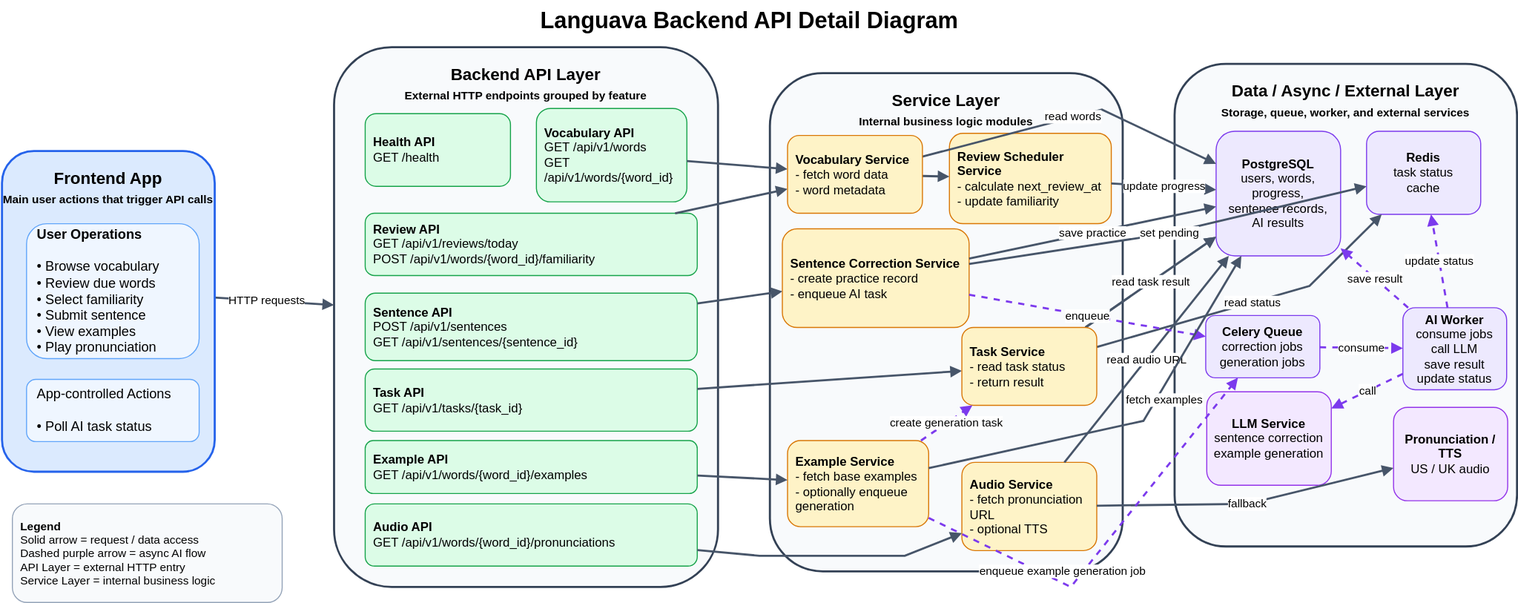
Before: docs/architecture/backend-api-detail.drawio.svg, a diagram exported from draw.io (ColtenOuO/Languava). Source tidied: cells renumbered, new cells last; positions are measured from the earlier drawing's top-left corner, leaving out a move shared by most shapes. Its diagram source:
```xml
<mxGraphModel>
  <root>
    <mxCell id="0" />
    <mxCell id="1" parent="0" />
    <mxCell id="2" value="&lt;b&gt;Languava Backend API Detail Diagram&lt;/b&gt;" style="text;html=1;strokeColor=none;fillColor=none;fontSize=22;fontStyle=1;align=center;" parent="1" vertex="1">
      <mxGeometry x="360" width="720" height="32" as="geometry" />
    </mxCell>
    <mxCell id="3" value="&lt;b&gt;Backend API Layer&lt;/b&gt;&lt;br&gt;&lt;font style=&quot;font-size: 11px&quot;&gt;External HTTP endpoints grouped by feature&lt;/font&gt;" style="rounded=1;whiteSpace=wrap;html=1;fillColor=#F8FAFC;strokeColor=#334155;strokeWidth=2;fontSize=16;fontStyle=1;verticalAlign=top;spacingTop=10;" parent="1" vertex="1">
      <mxGeometry x="320" y="45" width="370" height="520" as="geometry" />
    </mxCell>
    <mxCell id="4" value="&lt;b&gt;Service Layer&lt;/b&gt;&lt;br&gt;&lt;font style=&quot;font-size: 11px&quot;&gt;Internal business logic modules&lt;/font&gt;" style="rounded=1;whiteSpace=wrap;html=1;fillColor=#F8FAFC;strokeColor=#334155;strokeWidth=2;fontSize=16;fontStyle=1;verticalAlign=top;spacingTop=10;" parent="1" vertex="1">
      <mxGeometry x="740" y="70" width="340" height="480" as="geometry" />
    </mxCell>
    <mxCell id="5" value="&lt;b&gt;Data / Async / External Layer&lt;/b&gt;&lt;br&gt;&lt;font style=&quot;font-size: 11px&quot;&gt;Storage, queue, worker, and external services&lt;/font&gt;" style="rounded=1;whiteSpace=wrap;html=1;fillColor=#F8FAFC;strokeColor=#334155;strokeWidth=2;fontSize=16;fontStyle=1;verticalAlign=top;spacingTop=10;" parent="1" vertex="1">
      <mxGeometry x="1130" y="61" width="330" height="465" as="geometry" />
    </mxCell>
    <mxCell id="6" value="&lt;b&gt;Health API&lt;/b&gt;&lt;br&gt;GET /health" style="rounded=1;whiteSpace=wrap;html=1;fillColor=#DCFCE7;strokeColor=#16A34A;fontSize=12;align=left;spacing=8;" parent="1" vertex="1">
      <mxGeometry x="350" y="109" width="140" height="70" as="geometry" />
    </mxCell>
    <mxCell id="7" value="&lt;b&gt;Vocabulary API&lt;/b&gt;&lt;br&gt;GET /api/v1/words&lt;br&gt;GET /api/v1/words/{word_id}" style="rounded=1;whiteSpace=wrap;html=1;fillColor=#DCFCE7;strokeColor=#16A34A;fontSize=12;align=left;spacing=8;" parent="1" vertex="1">
      <mxGeometry x="515" y="104" width="145" height="90" as="geometry" />
    </mxCell>
    <mxCell id="8" value="&lt;b&gt;Review API&lt;/b&gt;&lt;br&gt;GET /api/v1/reviews/today&lt;br&gt;POST /api/v1/words/{word_id}/familiarity" style="rounded=1;whiteSpace=wrap;html=1;fillColor=#DCFCE7;strokeColor=#16A34A;fontSize=12;align=left;spacing=8;" parent="1" vertex="1">
      <mxGeometry x="350" y="205" width="320" height="60" as="geometry" />
    </mxCell>
    <mxCell id="9" value="&lt;b&gt;Sentence API&lt;/b&gt;&lt;br&gt;POST /api/v1/sentences&lt;br&gt;GET /api/v1/sentences/{sentence_id}" style="rounded=1;whiteSpace=wrap;html=1;fillColor=#DCFCE7;strokeColor=#16A34A;fontSize=12;align=left;spacing=8;" parent="1" vertex="1">
      <mxGeometry x="350" y="282" width="320" height="65" as="geometry" />
    </mxCell>
    <mxCell id="10" value="&lt;b&gt;Task API&lt;/b&gt;&lt;br&gt;GET /api/v1/tasks/{task_id}" style="rounded=1;whiteSpace=wrap;html=1;fillColor=#DCFCE7;strokeColor=#16A34A;fontSize=12;align=left;spacing=8;" parent="1" vertex="1">
      <mxGeometry x="350" y="355" width="320" height="60" as="geometry" />
    </mxCell>
    <mxCell id="11" value="&lt;b&gt;Example API&lt;/b&gt;&lt;br&gt;GET /api/v1/words/{word_id}/examples" style="rounded=1;whiteSpace=wrap;html=1;fillColor=#DCFCE7;strokeColor=#16A34A;fontSize=12;align=left;spacing=8;" parent="1" vertex="1">
      <mxGeometry x="350" y="424" width="320" height="51" as="geometry" />
    </mxCell>
    <mxCell id="12" value="&lt;b&gt;Audio API&lt;/b&gt;&lt;br&gt;GET /api/v1/words/{word_id}/pronunciations" style="rounded=1;whiteSpace=wrap;html=1;fillColor=#DCFCE7;strokeColor=#16A34A;fontSize=12;align=left;spacing=8;" parent="1" vertex="1">
      <mxGeometry x="350" y="485" width="320" height="60" as="geometry" />
    </mxCell>
    <mxCell id="13" value="&lt;b&gt;Review Scheduler Service&lt;/b&gt;&lt;br&gt;- calculate next_review_at&lt;br&gt;- update familiarity" style="rounded=1;whiteSpace=wrap;html=1;fillColor=#FEF3C7;strokeColor=#D97706;fontSize=12;align=left;spacing=8;" parent="1" vertex="1">
      <mxGeometry x="913" y="128" width="156" height="87" as="geometry" />
    </mxCell>
    <mxCell id="14" value="&lt;b&gt;Sentence Correction Service&lt;/b&gt;&lt;br&gt;- create practice record&lt;br&gt;- enqueue AI task" style="rounded=1;whiteSpace=wrap;html=1;fillColor=#FEF3C7;strokeColor=#D97706;fontSize=12;align=left;spacing=8;" parent="1" vertex="1">
      <mxGeometry x="752" y="220" width="180" height="95" as="geometry" />
    </mxCell>
    <mxCell id="15" value="&lt;b&gt;Example Service&lt;/b&gt;&lt;br&gt;- fetch base examples&lt;br&gt;- optionally enqueue generation" style="rounded=1;whiteSpace=wrap;html=1;fillColor=#FEF3C7;strokeColor=#D97706;fontSize=12;align=left;spacing=8;" parent="1" vertex="1">
      <mxGeometry x="757" y="424" width="136" height="83" as="geometry" />
    </mxCell>
    <mxCell id="16" value="&lt;b&gt;Audio Service&lt;/b&gt;&lt;br&gt;- fetch pronunciation URL&lt;br&gt;- optional TTS" style="rounded=1;whiteSpace=wrap;html=1;fillColor=#FEF3C7;strokeColor=#D97706;fontSize=12;align=left;spacing=8;" parent="1" vertex="1">
      <mxGeometry x="925" y="445" width="130" height="85" as="geometry" />
    </mxCell>
    <mxCell id="17" value="&lt;b&gt;PostgreSQL&lt;/b&gt;&lt;br&gt;users, words,&lt;br&gt;progress,&lt;br&gt;sentence records,&lt;br&gt;AI results" style="rounded=1;whiteSpace=wrap;html=1;fillColor=#EDE9FE;strokeColor=#7C3AED;fontSize=12;align=center;spacing=8;" parent="1" vertex="1">
      <mxGeometry x="1170" y="126" width="120" height="120" as="geometry" />
    </mxCell>
    <mxCell id="18" value="&lt;b&gt;Redis&lt;/b&gt;&lt;br&gt;task status&lt;br&gt;cache" style="rounded=1;whiteSpace=wrap;html=1;fillColor=#EDE9FE;strokeColor=#7C3AED;fontSize=12;align=center;spacing=8;" parent="1" vertex="1">
      <mxGeometry x="1315" y="126" width="110" height="80" as="geometry" />
    </mxCell>
    <mxCell id="19" value="&lt;b&gt;Celery Queue&lt;/b&gt;&lt;div&gt;correction jobs&lt;br&gt;generation jobs&lt;/div&gt;" style="rounded=1;whiteSpace=wrap;html=1;fillColor=#EDE9FE;strokeColor=#7C3AED;fontSize=12;align=center;spacing=8;" parent="1" vertex="1">
      <mxGeometry x="1160" y="303.5" width="110" height="60" as="geometry" />
    </mxCell>
    <mxCell id="20" value="&lt;b&gt;AI Worker&lt;/b&gt;&lt;br&gt;consume jobs&lt;br&gt;call LLM&lt;br&gt;save result&lt;div&gt;update status&lt;/div&gt;" style="rounded=1;whiteSpace=wrap;html=1;fillColor=#EDE9FE;strokeColor=#7C3AED;fontSize=12;align=center;spacing=8;" parent="1" vertex="1">
      <mxGeometry x="1350" y="296" width="100" height="79" as="geometry" />
    </mxCell>
    <mxCell id="21" value="&lt;b&gt;LLM Service&lt;/b&gt;&lt;br&gt;sentence correction&lt;br&gt;example generation" style="rounded=1;whiteSpace=wrap;html=1;fillColor=#F3E8FF;strokeColor=#9333EA;fontSize=12;align=center;spacing=8;" parent="1" vertex="1">
      <mxGeometry x="1161" y="377" width="120" height="90" as="geometry" />
    </mxCell>
    <mxCell id="22" value="&lt;b&gt;Pronunciation / TTS&lt;/b&gt;&lt;br&gt;US / UK audio" style="rounded=1;whiteSpace=wrap;html=1;fillColor=#F3E8FF;strokeColor=#9333EA;fontSize=12;align=center;spacing=8;" parent="1" vertex="1">
      <mxGeometry x="1341" y="392" width="110" height="90" as="geometry" />
    </mxCell>
    <mxCell id="23" value="HTTP requests" style="endArrow=block;html=1;rounded=0;strokeWidth=2;strokeColor=#475569;fontSize=11;" parent="1" edge="1" source="47" target="3">
      <mxGeometry relative="1" as="geometry" />
    </mxCell>
    <mxCell id="24" style="endArrow=block;html=1;rounded=0;strokeWidth=2;strokeColor=#475569;fontSize=11;" parent="1" edge="1" source="7" target="50">
      <mxGeometry relative="1" as="geometry" />
    </mxCell>
    <mxCell id="25" style="endArrow=block;html=1;rounded=0;strokeWidth=2;strokeColor=#475569;fontSize=11;" parent="1" edge="1" source="50" target="13">
      <mxGeometry relative="1" as="geometry" />
    </mxCell>
    <mxCell id="26" style="endArrow=block;html=1;rounded=0;strokeWidth=2;strokeColor=#475569;fontSize=11;" parent="1" edge="1" source="9" target="14">
      <mxGeometry relative="1" as="geometry" />
    </mxCell>
    <mxCell id="27" style="endArrow=block;html=1;rounded=0;strokeWidth=2;strokeColor=#475569;fontSize=11;" parent="1" edge="1" source="10" target="53">
      <mxGeometry relative="1" as="geometry" />
    </mxCell>
    <mxCell id="28" style="endArrow=block;html=1;rounded=0;strokeWidth=2;strokeColor=#475569;fontSize=11;" parent="1" edge="1" source="11" target="15">
      <mxGeometry relative="1" as="geometry" />
    </mxCell>
    <mxCell id="29" style="endArrow=block;html=1;rounded=0;strokeWidth=2;strokeColor=#475569;fontSize=11;" parent="1" edge="1" source="12" target="16">
      <mxGeometry relative="1" as="geometry">
        <Array as="points">
          <mxPoint x="730" y="535" />
          <mxPoint x="790" y="535" />
          <mxPoint x="870" y="535" />
        </Array>
      </mxGeometry>
    </mxCell>
    <mxCell id="30" value="read words" style="endArrow=block;html=1;rounded=0;strokeWidth=2;strokeColor=#475569;fontSize=11;" parent="1" edge="1" source="50" target="17">
      <mxGeometry relative="1" as="geometry">
        <Array as="points">
          <mxPoint x="1060" y="105" />
        </Array>
      </mxGeometry>
    </mxCell>
    <mxCell id="31" value="update progress" style="endArrow=block;html=1;rounded=0;strokeWidth=2;strokeColor=#475569;fontSize=11;" parent="1" edge="1" source="13" target="17">
      <mxGeometry relative="1" as="geometry" />
    </mxCell>
    <mxCell id="32" value="save practice" style="endArrow=block;html=1;rounded=0;strokeWidth=2;strokeColor=#475569;fontSize=11;" parent="1" edge="1" source="14" target="17">
      <mxGeometry relative="1" as="geometry" />
    </mxCell>
    <mxCell id="33" value="read status" style="endArrow=block;html=1;rounded=0;strokeWidth=2;strokeColor=#475569;fontSize=11;" parent="1" edge="1" source="53" target="18">
      <mxGeometry relative="1" as="geometry">
        <Array as="points">
          <mxPoint x="1260" y="275" />
        </Array>
      </mxGeometry>
    </mxCell>
    <mxCell id="34" value="read result" style="endArrow=block;html=1;rounded=0;strokeWidth=2;strokeColor=#475569;fontSize=11;" parent="1" edge="1" source="53" target="17">
      <mxGeometry relative="1" as="geometry" />
    </mxCell>
    <mxCell id="35" value="read task result" style="endArrow=block;html=1;rounded=0;strokeWidth=2;strokeColor=#475569;fontSize=11;" parent="1" edge="1" source="53" target="17">
      <mxGeometry relative="1" as="geometry" />
    </mxCell>
    <mxCell id="36" value="read audio URL" style="endArrow=block;html=1;rounded=0;strokeWidth=2;strokeColor=#475569;fontSize=11;" parent="1" edge="1" source="16" target="17">
      <mxGeometry relative="1" as="geometry" />
    </mxCell>
    <mxCell id="37" value="fallback" style="endArrow=block;html=1;rounded=0;strokeWidth=2;strokeColor=#475569;fontSize=11;" parent="1" edge="1" source="16" target="22">
      <mxGeometry relative="1" as="geometry">
        <Array as="points">
          <mxPoint x="1200" y="485" />
        </Array>
      </mxGeometry>
    </mxCell>
    <mxCell id="38" value="set pending" style="endArrow=block;html=1;rounded=0;strokeWidth=2;strokeColor=#475569;fontSize=11;" parent="1" edge="1" source="14" target="18">
      <mxGeometry relative="1" as="geometry">
        <Array as="points">
          <mxPoint x="1120" y="225" />
        </Array>
      </mxGeometry>
    </mxCell>
    <mxCell id="39" value="enqueue" style="endArrow=block;html=1;rounded=0;strokeWidth=2;strokeColor=#7C3AED;fontSize=11;dashed=1;" parent="1" edge="1" source="14" target="19">
      <mxGeometry relative="1" as="geometry" />
    </mxCell>
    <mxCell id="40" value="consume" style="endArrow=block;html=1;rounded=0;strokeWidth=2;strokeColor=#7C3AED;fontSize=11;dashed=1;" parent="1" edge="1" source="19" target="20">
      <mxGeometry relative="1" as="geometry" />
    </mxCell>
    <mxCell id="41" value="call" style="endArrow=block;html=1;rounded=0;strokeWidth=2;strokeColor=#7C3AED;fontSize=11;dashed=1;" parent="1" edge="1" source="20" target="21">
      <mxGeometry relative="1" as="geometry" />
    </mxCell>
    <mxCell id="42" value="save result" style="endArrow=block;html=1;rounded=0;strokeWidth=2;strokeColor=#7C3AED;fontSize=11;dashed=1;" parent="1" edge="1" source="20" target="17">
      <mxGeometry relative="1" as="geometry" />
    </mxCell>
    <mxCell id="43" value="update status" style="endArrow=block;html=1;rounded=0;strokeWidth=2;strokeColor=#7C3AED;fontSize=11;dashed=1;" parent="1" edge="1" source="20" target="18">
      <mxGeometry relative="1" as="geometry" />
    </mxCell>
    <mxCell id="44" value="&lt;b&gt;Legend&lt;/b&gt;&lt;br&gt;Solid arrow = request / data access&lt;br&gt;Dashed purple arrow = async AI flow&lt;br&gt;API Layer = external HTTP entry&lt;br&gt;Service Layer = internal business logic" style="rounded=1;whiteSpace=wrap;html=1;fillColor=#F8FAFC;strokeColor=#94A3B8;fontSize=11;align=left;spacing=8;" parent="1" vertex="1">
      <mxGeometry x="10" y="485" width="260" height="95" as="geometry" />
    </mxCell>
    <mxCell id="45" style="group;" parent="1" vertex="1">
      <mxGeometry y="145" width="205" height="329.9" as="geometry" />
    </mxCell>
    <mxCell id="46" value="&lt;b&gt;Frontend App&lt;/b&gt;&lt;br&gt;&lt;font style=&quot;font-size: 11px&quot;&gt;Main user actions that trigger API calls&lt;/font&gt;" style="rounded=1;whiteSpace=wrap;html=1;fillColor=#DBEAFE;strokeColor=#2563EB;strokeWidth=2;fontSize=16;fontStyle=1;verticalAlign=top;spacingTop=10;" parent="45" vertex="1">
      <mxGeometry width="205" height="309" as="geometry" />
    </mxCell>
    <mxCell id="47" value="&lt;b&gt;User Operations&lt;/b&gt;&lt;br&gt;&lt;br&gt;• Browse vocabulary&lt;br&gt;• Review due words&lt;br&gt;• Select familiarity&lt;br&gt;• Submit sentence&lt;br&gt;• View examples&lt;br&gt;• Play pronunciation" style="rounded=1;whiteSpace=wrap;html=1;fillColor=#EFF6FF;strokeColor=#60A5FA;fontSize=13;align=left;spacing=10;" parent="45" vertex="1">
      <mxGeometry x="23.6" y="70.1" width="166.3" height="129.9" as="geometry" />
    </mxCell>
    <mxCell id="48" value="App-controlled Actions&lt;div&gt;&lt;br&gt;&lt;/div&gt;&lt;div&gt;&lt;span style=&quot;color: rgb(0, 0, 0);&quot;&gt;•&amp;nbsp;&lt;/span&gt;&lt;span style=&quot;background-color: transparent;&quot;&gt;Poll AI task status&lt;/span&gt;&lt;/div&gt;" style="rounded=1;whiteSpace=wrap;html=1;fillColor=#EFF6FF;strokeColor=#60A5FA;fontSize=13;align=left;spacing=10;" parent="45" vertex="1">
      <mxGeometry x="23.6" y="220" width="166.3" height="60" as="geometry" />
    </mxCell>
    <mxCell id="49" style="endArrow=block;html=1;rounded=0;strokeWidth=2;strokeColor=#475569;fontSize=11;" parent="1" edge="1" source="8" target="50">
      <mxGeometry relative="1" as="geometry" />
    </mxCell>
    <mxCell id="50" value="&lt;b&gt;Vocabulary Service&lt;/b&gt;&lt;br&gt;- fetch word data&lt;br&gt;- word metadata" style="rounded=1;whiteSpace=wrap;html=1;fillColor=#FEF3C7;strokeColor=#D97706;fontSize=12;align=left;spacing=8;" parent="1" vertex="1">
      <mxGeometry x="757" y="130" width="130" height="75" as="geometry" />
    </mxCell>
    <mxCell id="51" style="endArrow=block;html=1;rounded=0;strokeWidth=2;strokeColor=#475569;fontSize=11;" parent="1" edge="1" source="15" target="17">
      <mxGeometry relative="1" as="geometry">
        <Array as="points">
          <mxPoint x="1100" y="405" />
        </Array>
      </mxGeometry>
    </mxCell>
    <mxCell id="52" value="fetch examples" style="edgeLabel;html=1;align=center;verticalAlign=middle;" parent="51" vertex="1">
      <mxGeometry x="-0.04" relative="1" as="geometry">
        <mxPoint x="41" y="-25" as="offset" />
      </mxGeometry>
    </mxCell>
    <mxCell id="53" value="&lt;b&gt;Task Service&lt;/b&gt;&lt;br&gt;- read task status&lt;br&gt;- return result" style="rounded=1;whiteSpace=wrap;html=1;fillColor=#FEF3C7;strokeColor=#D97706;fontSize=12;align=left;spacing=8;" parent="1" vertex="1">
      <mxGeometry x="925" y="315" width="130" height="75" as="geometry" />
    </mxCell>
    <mxCell id="54" style="endArrow=block;html=1;rounded=0;strokeWidth=2;strokeColor=#7C3AED;fontSize=11;dashed=1;" parent="1" edge="1" source="15" target="19">
      <mxGeometry relative="1" as="geometry">
        <Array as="points">
          <mxPoint x="1030" y="565" />
        </Array>
      </mxGeometry>
    </mxCell>
    <mxCell id="55" value="enqueue example generation job" style="edgeLabel;html=1;align=center;verticalAlign=middle;" parent="54" vertex="1">
      <mxGeometry x="0.16" relative="1" as="geometry">
        <mxPoint x="-63" y="52" as="offset" />
      </mxGeometry>
    </mxCell>
    <mxCell id="56" value="create generation task" style="endArrow=block;html=1;rounded=0;strokeWidth=2;strokeColor=#7C3AED;fontSize=11;dashed=1;" parent="1" edge="1" source="15" target="53">
      <mxGeometry relative="1" as="geometry" />
    </mxCell>
  </root>
</mxGraphModel>
```
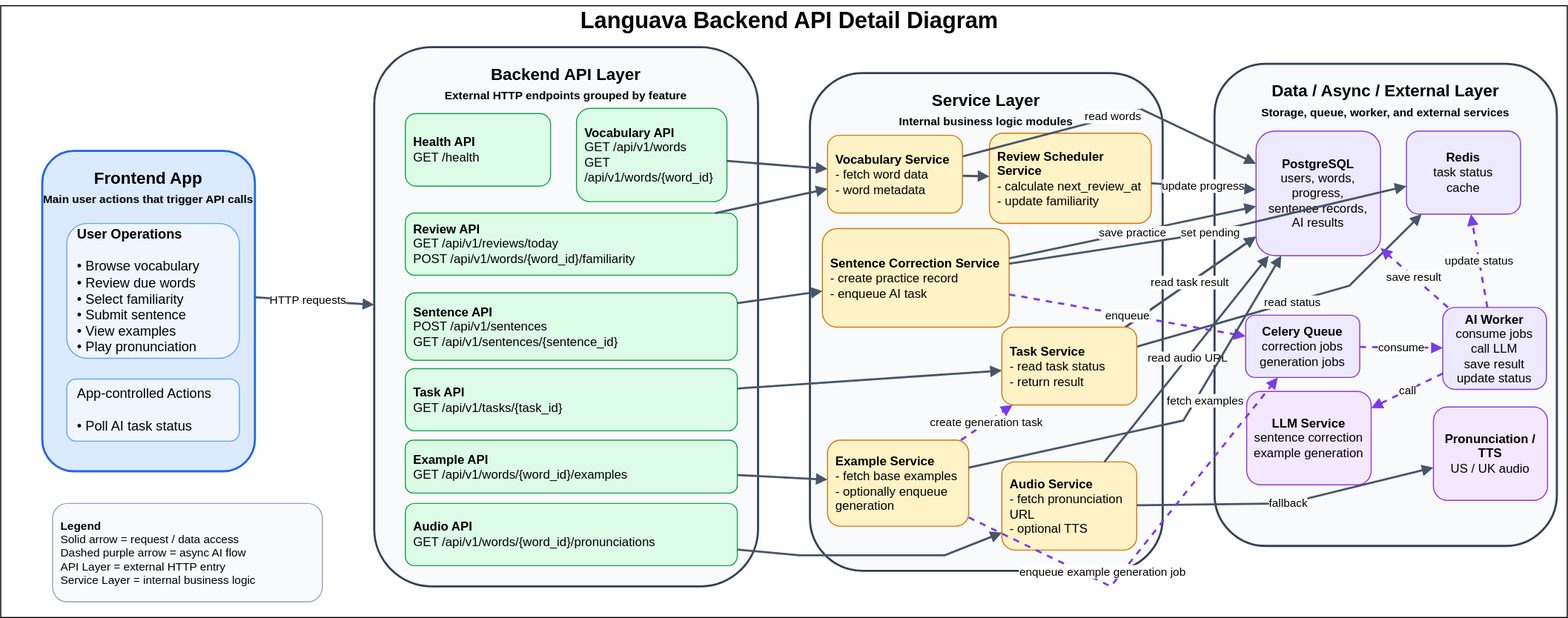
After the commit.

Commit message:
docs: embed backend API detail diagram in README

The edit, as a diff of the source:
```diff
@@ -2,6 +2,9 @@
   <root>
     <mxCell id="0" />
     <mxCell id="1" parent="0" />
+    <mxCell id="57" style="rounded=0;whiteSpace=wrap;html=1;" parent="1" vertex="1">
+      <mxGeometry x="-40" y="5" width="1510" height="590" as="geometry" />
+    </mxCell>
     <mxCell id="2" value="&lt;b&gt;Languava Backend API Detail Diagram&lt;/b&gt;" style="text;html=1;strokeColor=none;fillColor=none;fontSize=22;fontStyle=1;align=center;" parent="1" vertex="1">
       <mxGeometry x="360" width="720" height="32" as="geometry" />
     </mxCell>
```
